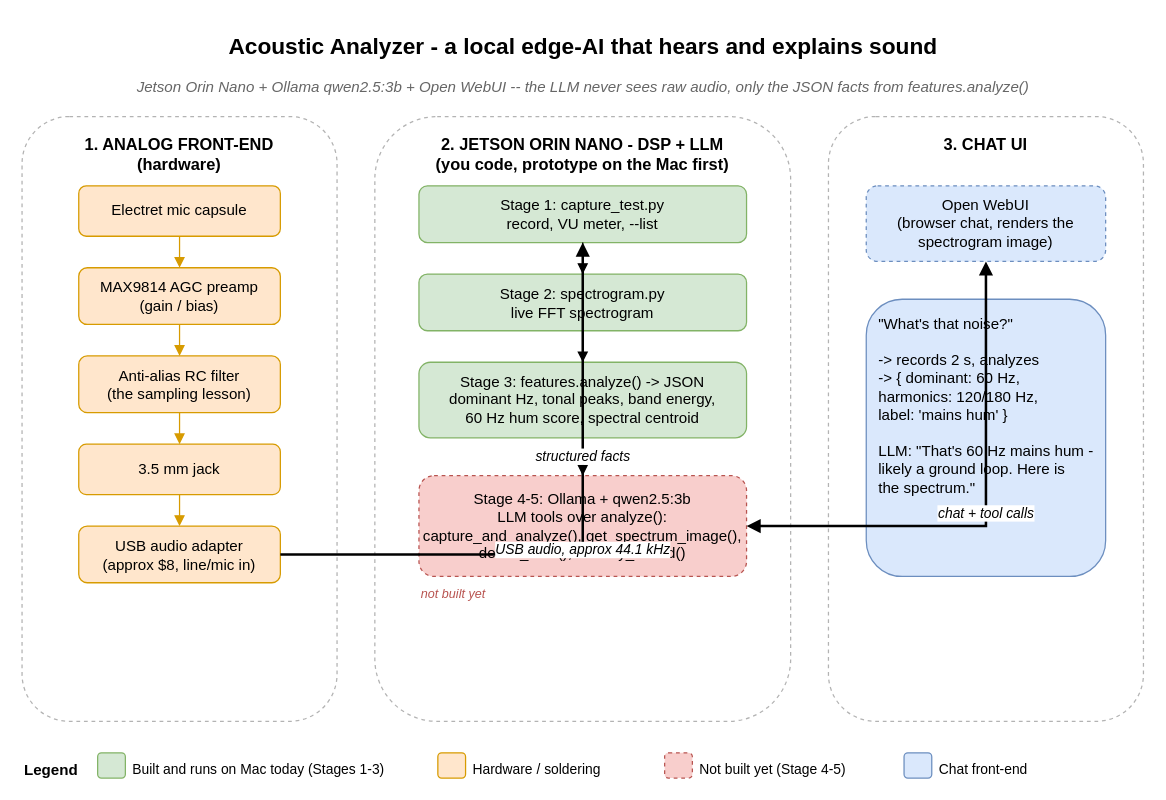
This is page "System Architecture" (1 of 2) of docs/acoustic-analyzer.drawio from Sachin-Swami21/acoustic-analyzer, a draw.io file, before an edit. Source tidied: cells renumbered, new cells numbered last; positions are measured from the earlier drawing's top-left corner, leaving out a move shared by most shapes. Both pictures are drawn from the tidied source at 126%, with x=0, y=0 at pixel (21, 21).
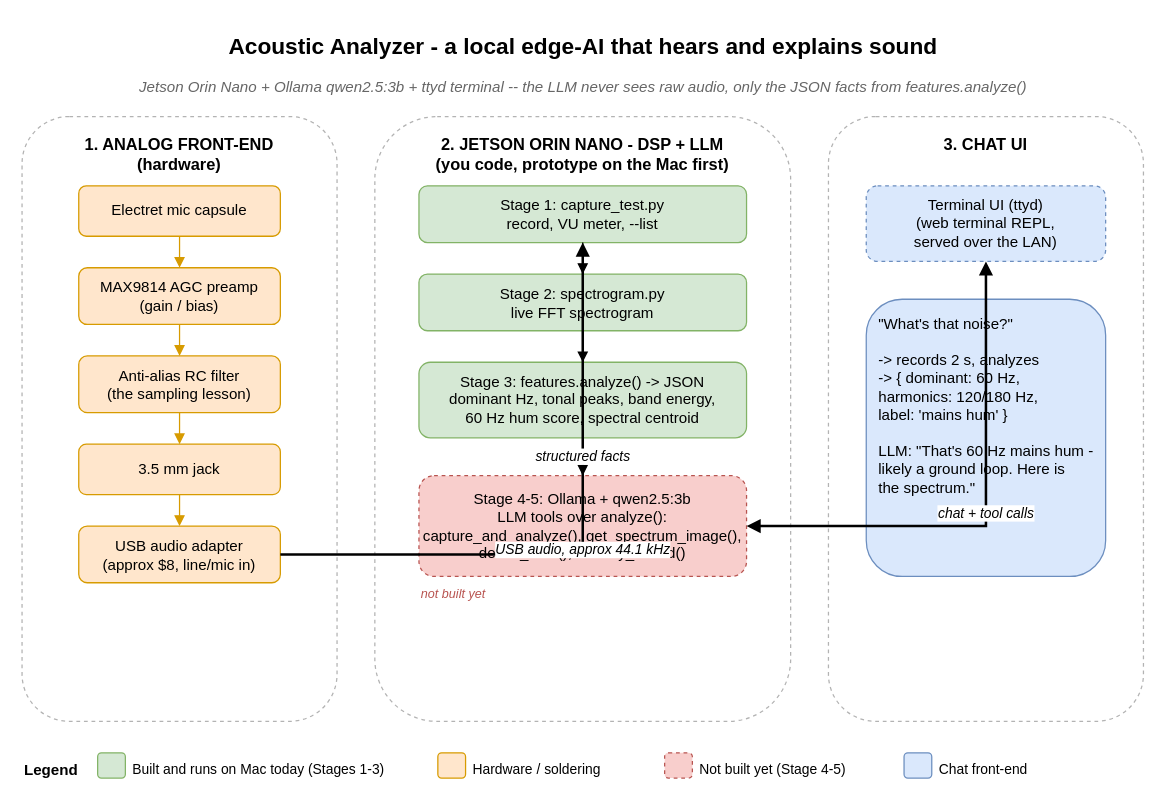
The same page after the edit.

The edit, as a diff of the source:
```diff
@@
-    <mxCell id="3" value="Jetson Orin Nano + Ollama qwen2.5:3b + Open WebUI -- the LLM never sees raw audio, only the JSON facts from features.analyze()" style="text;html=1;align=center;fontSize=12;fontStyle=2;fontColor=#666666;" parent="1" vertex="1">
+    <mxCell id="3" value="Jetson Orin Nano + Ollama qwen2.5:3b + ttyd terminal -- the LLM never sees raw audio, only the JSON facts from features.analyze()" style="text;html=1;align=center;fontSize=12;fontStyle=2;fontColor=#666666;" parent="1" vertex="1">
       <mxGeometry y="38" width="890" height="24" as="geometry" />
     </mxCell>
@@
-    <mxCell id="17" value="Open WebUI&#10;(browser chat, renders the&#10;spectrogram image)" style="rounded=1;whiteSpace=wrap;html=1;fillColor=#dae8fc;strokeColor=#6c8ebf;dashed=1;" parent="1" vertex="1">
+    <mxCell id="17" value="Terminal UI (ttyd)&#10;(web terminal REPL,&#10;served over the LAN)" style="rounded=1;whiteSpace=wrap;html=1;fillColor=#dae8fc;strokeColor=#6c8ebf;dashed=1;" parent="1" vertex="1">
       <mxGeometry x="670" y="130" width="190" height="60" as="geometry" />
     </mxCell>
```
